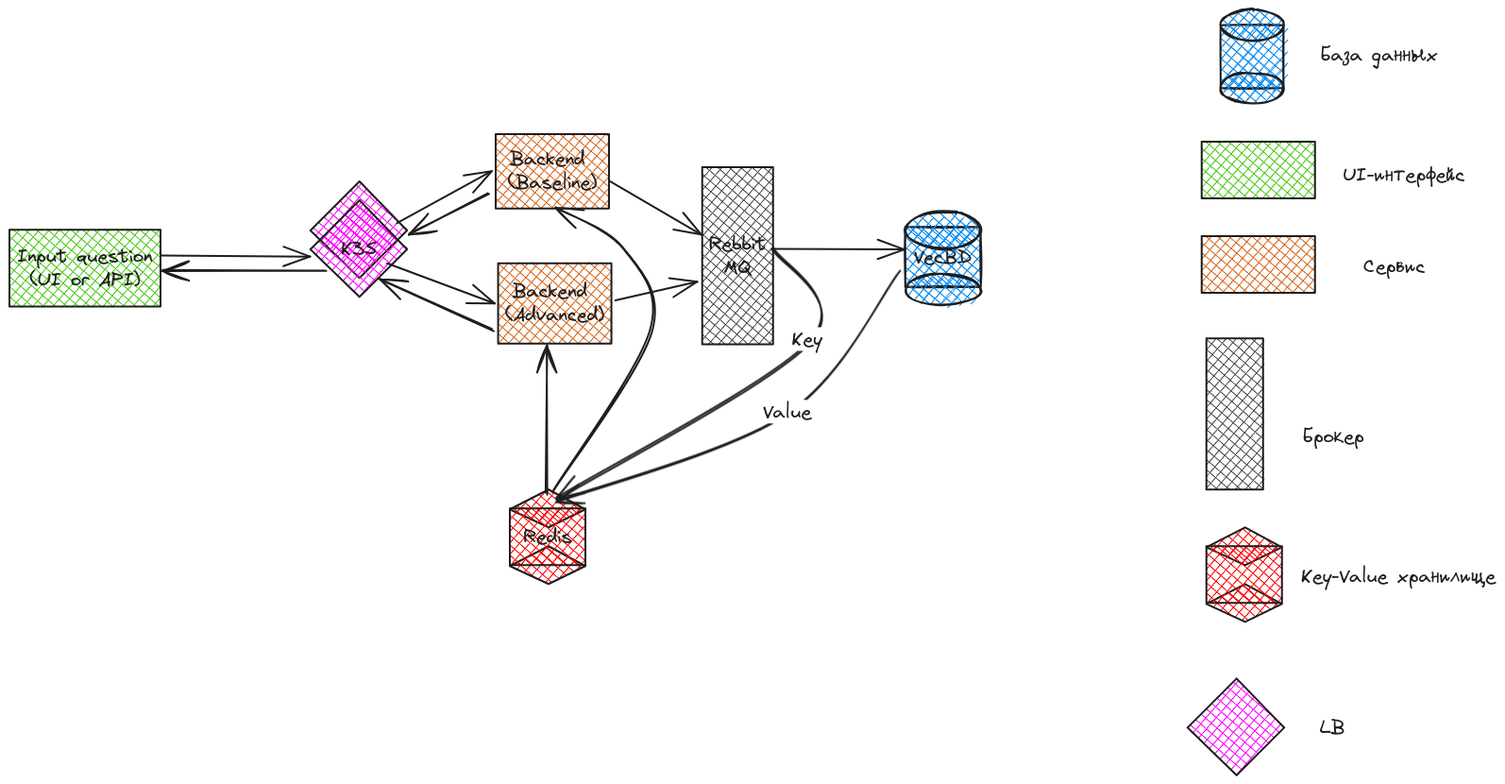
Above: image/.excalidraw.png in Edipool/chatbot_support_for_X5 (Excalidraw), before the change. Source tidied: one line per element, renumbered; positions are measured from the earlier drawing's top-left corner, leaving out a move shared by most shapes.
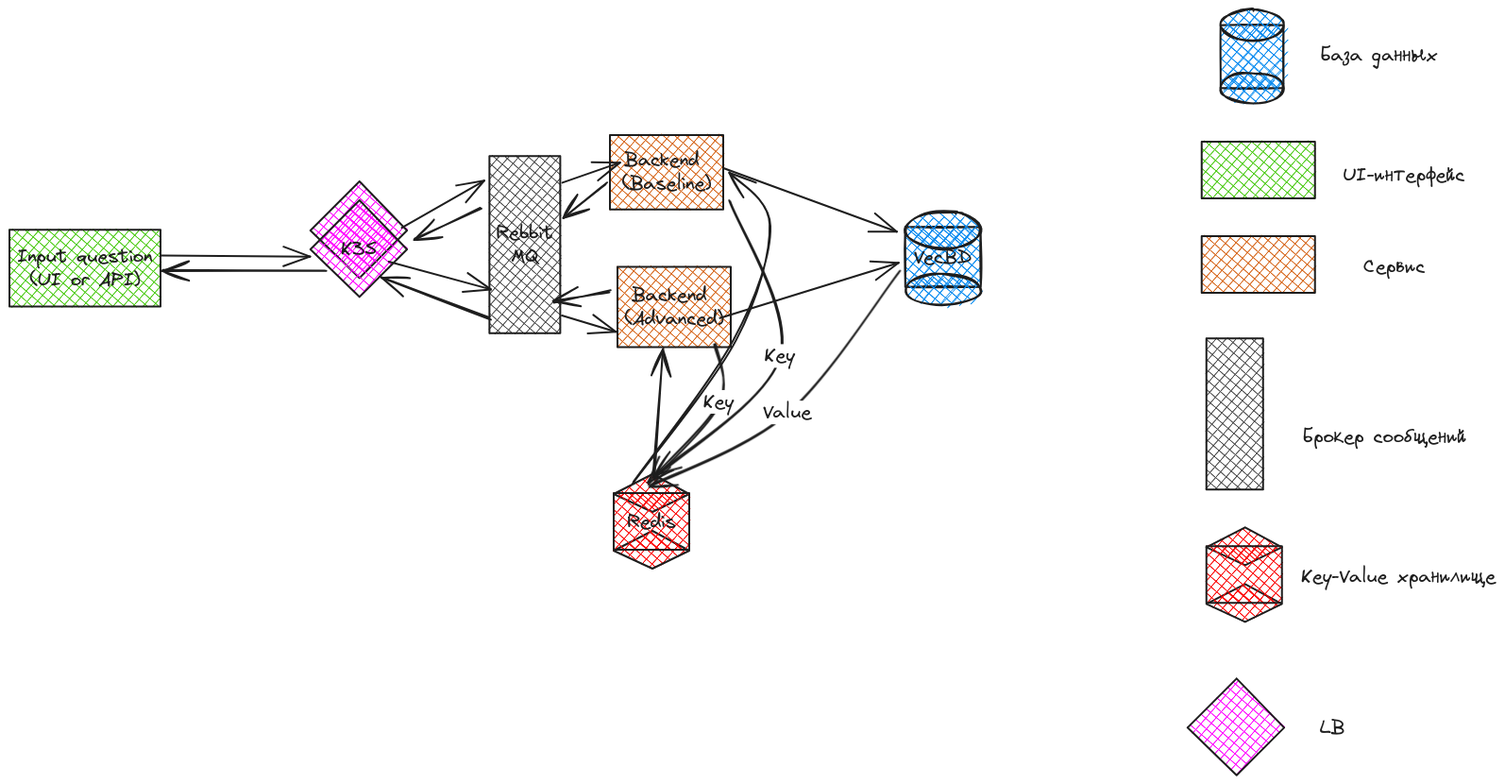
The same file after the commit.

Commit message:
Fix mistake in schema in .excalidraw.png

The edit, as a diff of the source:
```diff
@@ -7,7 +7,7 @@
 {"id": 6, "type": "rectangle", "strokeColor": "#1e1e1e", "backgroundColor": "#d7681d", "fillStyle": "cross-hatch", "strokeWidth": 2, "roughness": 0, "x": 1263, "y": 240, "width": 120, "height": 60}
 {"id": 7, "type": "text", "text": "Сервис", "strokeColor": "#1e1e1e", "backgroundColor": "#b2f2bb", "fillStyle": "cross-hatch", "strokeWidth": 2, "roughness": 0, "fontSize": 20, "fontFamily": 1, "x": 1434, "y": 260, "width": 65, "height": 25}
 {"id": 8, "type": "rectangle", "strokeColor": "#1e1e1e", "backgroundColor": "#4f4f4f", "fillStyle": "cross-hatch", "strokeWidth": 2, "roughness": 0, "x": 1268, "y": 348, "width": 60, "height": 160}
-{"id": 9, "type": "text", "text": "Брокер", "strokeColor": "#1e1e1e", "backgroundColor": "#e9ecef", "fillStyle": "cross-hatch", "strokeWidth": 2, "roughness": 0, "fontSize": 20, "fontFamily": 1, "x": 1370, "y": 440, "width": 64, "height": 25}
+{"id": 9, "type": "text", "text": "Брокер сообщений", "strokeColor": "#1e1e1e", "backgroundColor": "#e9ecef", "fillStyle": "cross-hatch", "strokeWidth": 2, "roughness": 0, "fontSize": 20, "fontFamily": 1, "x": 1370, "y": 440, "width": 173, "height": 25}
 {"id": 10, "type": "diamond", "strokeColor": "#1e1e1e", "backgroundColor": "#ff0000", "fillStyle": "cross-hatch", "strokeWidth": 2, "roughness": 0, "x": 1268, "y": 548, "width": 80, "height": 40}
 {"id": 11, "type": "diamond", "strokeColor": "#1e1e1e", "backgroundColor": "#ff0000", "fillStyle": "cross-hatch", "strokeWidth": 2, "roughness": 0, "x": 1268, "y": 608, "width": 80, "height": 40}
 {"id": 12, "type": "rectangle", "strokeColor": "#1e1e1e", "backgroundColor": "#fc0303", "fillStyle": "cross-hatch", "strokeWidth": 2, "roughness": 0, "x": 1268, "y": 568, "width": 80, "height": 60}
@@ -16,35 +16,40 @@
 {"id": 15, "type": "text", "text": "LB", "strokeColor": "#1e1e1e", "backgroundColor": "#ff00ff", "fillStyle": "cross-hatch", "strokeWidth": 2, "roughness": 0, "fontSize": 20, "fontFamily": 1, "x": 1388, "y": 748, "width": 27, "height": 25}
 {"id": 16, "type": "rectangle", "strokeColor": "#1e1e1e", "backgroundColor": "#4ccb15", "fillStyle": "cross-hatch", "strokeWidth": 2, "roughness": 0, "x": 0, "y": 233, "width": 160, "height": 81}
 {"id": 17, "type": "text", "text": "Input question\n(UI or API)", "strokeColor": "#1e1e1e", "backgroundColor": "#0088f0", "fillStyle": "cross-hatch", "strokeWidth": 2, "roughness": 0, "fontSize": 20, "fontFamily": 1, "textAlign": "center", "verticalAlign": "middle", "inside": 16, "x": 9, "y": 249, "width": 143, "height": 50}
-{"id": 18, "type": "rectangle", "strokeColor": "#1e1e1e", "backgroundColor": "#d7681d", "fillStyle": "cross-hatch", "strokeWidth": 2, "roughness": 0, "x": 515, "y": 132, "width": 120, "height": 79}
+{"id": 18, "type": "rectangle", "strokeColor": "#1e1e1e", "backgroundColor": "#d7681d", "fillStyle": "cross-hatch", "strokeWidth": 2, "roughness": 0, "x": 636, "y": 133, "width": 120, "height": 79}
-{"id": 19, "type": "text", "text": "Backend \n(Baseline)", "strokeColor": "#1e1e1e", "backgroundColor": "#0088f0", "fillStyle": "cross-hatch", "strokeWidth": 2, "roughness": 0, "fontSize": 20, "fontFamily": 1, "textAlign": "center", "verticalAlign": "middle", "inside": 18, "x": 528, "y": 146, "width": 95, "height": 50}
+{"id": 19, "type": "text", "text": "Backend \n(Baseline)", "strokeColor": "#1e1e1e", "backgroundColor": "#0088f0", "fillStyle": "cross-hatch", "strokeWidth": 2, "roughness": 0, "fontSize": 20, "fontFamily": 1, "textAlign": "center", "verticalAlign": "middle", "inside": 18, "x": 649, "y": 147, "width": 95, "height": 50}
 {"id": 20, "type": "arrow", "strokeColor": "#1e1e1e", "backgroundColor": "#0088f0", "fillStyle": "cross-hatch", "strokeWidth": 2, "roughness": 0, "endArrowhead": "arrow", "from": 16, "to": 30, "x": 161, "y": 261, "width": 157, "height": 1, "points": [[0, 0], [157, 1]]}
 {"id": 21, "type": "rectangle", "strokeColor": "#1e1e1e", "backgroundColor": "#0088f0", "fillStyle": "cross-hatch", "strokeWidth": 2, "roughness": 1, "x": 949, "y": 230, "width": 80, "height": 63}
 {"id": 22, "type": "text", "text": "VecBD", "strokeColor": "#1e1e1e", "backgroundColor": "#0088f0", "fillStyle": "cross-hatch", "strokeWidth": 2, "roughness": 0, "fontSize": 20, "fontFamily": 1, "textAlign": "center", "verticalAlign": "middle", "inside": 21, "x": 958, "y": 249, "width": 61, "height": 25}
 {"id": 23, "type": "ellipse", "strokeColor": "#1e1e1e", "backgroundColor": "#0088f0", "fillStyle": "cross-hatch", "strokeWidth": 2, "roughness": 1, "x": 949, "y": 214, "width": 80, "height": 40}
 {"id": 24, "type": "ellipse", "strokeColor": "#1e1e1e", "backgroundColor": "#0088f0", "fillStyle": "cross-hatch", "strokeWidth": 2, "roughness": 1, "x": 949, "y": 280, "width": 80, "height": 33}
-{"id": 25, "type": "rectangle", "strokeColor": "#1e1e1e", "backgroundColor": "#4f4f4f", "fillStyle": "cross-hatch", "strokeWidth": 2, "roughness": 0, "x": 734, "y": 167, "width": 75, "height": 188}
-{"id": 26, "type": "text", "text": "Rebbit\nMQ", "strokeColor": "#1e1e1e", "backgroundColor": "#0088f0", "fillStyle": "cross-hatch", "strokeWidth": 2, "roughness": 0, "fontSize": 20, "fontFamily": 1, "textAlign": "center", "verticalAlign": "middle", "inside": 25, "x": 741, "y": 236, "width": 60, "height": 50}
-{"id": 27, "type": "arrow", "strokeColor": "#1e1e1e", "backgroundColor": "#0088f0", "fillStyle": "cross-hatch", "strokeWidth": 2, "roughness": 0, "endArrowhead": "arrow", "from": 18, "to": 25, "x": 636, "y": 182, "width": 97, "height": 56, "points": [[0, 0], [97, 56]]}
+{"id": 27, "type": "arrow", "strokeColor": "#1e1e1e", "backgroundColor": "#0088f0", "fillStyle": "cross-hatch", "strokeWidth": 2, "roughness": 0, "endArrowhead": "arrow", "from": 18, "to": 23, "x": 756, "y": 168, "width": 184, "height": 67, "points": [[0, 0], [184, 67]]}
-{"id": 28, "type": "arrow", "strokeColor": "#1e1e1e", "backgroundColor": "#0088f0", "fillStyle": "cross-hatch", "strokeWidth": 2, "roughness": 0, "endArrowhead": "arrow", "from": 25, "to": 21, "x": 810, "y": 254, "width": 138, "height": 1, "points": [[0, 0], [138, 1]]}
 {"id": 29, "type": "diamond", "strokeColor": "#1e1e1e", "backgroundColor": "#ff00ff", "fillStyle": "cross-hatch", "strokeWidth": 2, "roughness": 0, "x": 319, "y": 182, "width": 102, "height": 102}
 {"id": 30, "type": "diamond", "strokeColor": "#1e1e1e", "backgroundColor": "#ff00ff", "fillStyle": "cross-hatch", "strokeWidth": 2, "roughness": 0, "x": 319, "y": 202, "width": 102, "height": 102}
 {"id": 31, "type": "text", "text": "K3S", "strokeColor": "#1e1e1e", "backgroundColor": "#0088f0", "fillStyle": "cross-hatch", "strokeWidth": 2, "roughness": 0, "fontSize": 20, "fontFamily": 1, "textAlign": "center", "verticalAlign": "middle", "inside": 30, "x": 352, "y": 241, "width": 36, "height": 25}
-{"id": 32, "type": "diamond", "strokeColor": "#1e1e1e", "backgroundColor": "#ff0000", "fillStyle": "cross-hatch", "strokeWidth": 2, "roughness": 0, "x": 530, "y": 508, "width": 80, "height": 40}
+{"id": 32, "type": "diamond", "strokeColor": "#1e1e1e", "backgroundColor": "#ff0000", "fillStyle": "cross-hatch", "strokeWidth": 2, "roughness": 0, "x": 640, "y": 492, "width": 80, "height": 40}
-{"id": 33, "type": "diamond", "strokeColor": "#1e1e1e", "backgroundColor": "#ff0000", "fillStyle": "cross-hatch", "strokeWidth": 2, "roughness": 0, "x": 530, "y": 568, "width": 80, "height": 40}
+{"id": 33, "type": "diamond", "strokeColor": "#1e1e1e", "backgroundColor": "#ff0000", "fillStyle": "cross-hatch", "strokeWidth": 2, "roughness": 0, "x": 640, "y": 552, "width": 80, "height": 40}
-{"id": 34, "type": "rectangle", "strokeColor": "#1e1e1e", "backgroundColor": "#fc0303", "fillStyle": "cross-hatch", "strokeWidth": 2, "roughness": 0, "x": 530, "y": 528, "width": 80, "height": 60}
+{"id": 34, "type": "rectangle", "strokeColor": "#1e1e1e", "backgroundColor": "#fc0303", "fillStyle": "cross-hatch", "strokeWidth": 2, "roughness": 0, "x": 640, "y": 512, "width": 80, "height": 60}
-{"id": 35, "type": "text", "text": "Redis", "strokeColor": "#1e1e1e", "backgroundColor": "#0088f0", "fillStyle": "cross-hatch", "strokeWidth": 2, "roughness": 0, "fontSize": 20, "fontFamily": 1, "textAlign": "center", "verticalAlign": "middle", "inside": 34, "x": 547, "y": 546, "width": 46, "height": 25}
+{"id": 35, "type": "text", "text": "Redis", "strokeColor": "#1e1e1e", "backgroundColor": "#0088f0", "fillStyle": "cross-hatch", "strokeWidth": 2, "roughness": 0, "fontSize": 20, "fontFamily": 1, "textAlign": "center", "verticalAlign": "middle", "inside": 34, "x": 657, "y": 530, "width": 46, "height": 25}
-{"id": 36, "type": "arrow", "strokeColor": "#1e1e1e", "strokeWidth": 2, "roughness": 1, "endArrowhead": "arrow", "round": true, "from": 21, "to": 34, "x": 944, "y": 276, "width": 365, "height": 242, "points": [[0, 0], [-120, 150], [-365, 242]]}
+{"id": 36, "type": "arrow", "strokeColor": "#1e1e1e", "strokeWidth": 2, "roughness": 1, "endArrowhead": "arrow", "round": true, "from": 21, "to": 34, "x": 944, "y": 276, "width": 266, "height": 226, "points": [[0, 0], [-120, 150], [-266, 226]]}
 {"id": 37, "type": "text", "text": "Value", "strokeColor": "#1e1e1e", "strokeWidth": 2, "roughness": 1, "fontSize": 20, "fontFamily": 1, "textAlign": "center", "verticalAlign": "middle", "inside": 36, "x": 802, "y": 431, "width": 51, "height": 25}
-{"id": 38, "type": "arrow", "strokeColor": "#1e1e1e", "strokeWidth": 2, "roughness": 1, "endArrowhead": "arrow", "round": true, "to": 34, "x": 802, "y": 253, "width": 270, "height": 265, "points": [[0, 0], [42, 97], [-228, 265]]}
+{"id": 38, "type": "arrow", "strokeColor": "#1e1e1e", "strokeWidth": 2, "roughness": 1, "endArrowhead": "arrow", "round": true, "to": 34, "x": 745, "y": 354, "width": 76, "height": 148, "points": [[0, 0], [6, 62], [-70, 148]]}
 {"id": 39, "type": "text", "text": "Key", "strokeColor": "#1e1e1e", "strokeWidth": 2, "roughness": 1, "fontSize": 20, "fontFamily": 1, "textAlign": "center", "verticalAlign": "middle", "inside": 38, "x": 582, "y": 356, "width": 33, "height": 25}
-{"id": 40, "type": "rectangle", "strokeColor": "#1e1e1e", "backgroundColor": "#d7681d", "fillStyle": "cross-hatch", "strokeWidth": 2, "roughness": 0, "x": 518, "y": 269, "width": 120, "height": 85}
+{"id": 40, "type": "rectangle", "strokeColor": "#1e1e1e", "backgroundColor": "#d7681d", "fillStyle": "cross-hatch", "strokeWidth": 2, "roughness": 0, "x": 644, "y": 272, "width": 120, "height": 85}
-{"id": 41, "type": "text", "text": "Backend \n(Advanced)", "strokeColor": "#1e1e1e", "backgroundColor": "#0088f0", "fillStyle": "cross-hatch", "strokeWidth": 2, "roughness": 0, "fontSize": 20, "fontFamily": 1, "textAlign": "center", "verticalAlign": "middle", "inside": 40, "x": 525, "y": 286, "width": 105, "height": 50}
+{"id": 41, "type": "text", "text": "Backend \n(Advanced)", "strokeColor": "#1e1e1e", "backgroundColor": "#0088f0", "fillStyle": "cross-hatch", "strokeWidth": 2, "roughness": 0, "fontSize": 20, "fontFamily": 1, "textAlign": "center", "verticalAlign": "middle", "inside": 40, "x": 651, "y": 290, "width": 105, "height": 50}
-{"id": 42, "type": "arrow", "strokeColor": "#1e1e1e", "backgroundColor": "#0088f0", "fillStyle": "cross-hatch", "strokeWidth": 2, "roughness": 0, "endArrowhead": "arrow", "from": 40, "to": 25, "x": 642, "y": 308, "width": 87, "height": 20, "points": [[0, 0], [87, -20]]}
+{"id": 42, "type": "arrow", "strokeColor": "#1e1e1e", "backgroundColor": "#0088f0", "fillStyle": "cross-hatch", "strokeWidth": 2, "roughness": 0, "endArrowhead": "arrow", "to": 21, "x": 752, "y": 327, "width": 189, "height": 59, "points": [[0, 0], [189, -59]]}
-{"id": 43, "type": "arrow", "strokeColor": "#1e1e1e", "backgroundColor": "#0088f0", "fillStyle": "cross-hatch", "strokeWidth": 2, "roughness": 0, "endArrowhead": "arrow", "from": 30, "to": 18, "x": 411, "y": 226, "width": 100, "height": 55, "points": [[0, 0], [100, -55]]}
+{"id": 43, "type": "arrow", "strokeColor": "#1e1e1e", "backgroundColor": "#0088f0", "fillStyle": "cross-hatch", "strokeWidth": 2, "roughness": 0, "endArrowhead": "arrow", "from": 30, "to": 50, "x": 416, "y": 231, "width": 87, "height": 50, "points": [[0, 0], [87, -50]]}
-{"id": 44, "type": "arrow", "strokeColor": "#1e1e1e", "backgroundColor": "#0088f0", "fillStyle": "cross-hatch", "strokeWidth": 2, "roughness": 0, "endArrowhead": "arrow", "from": 29, "to": 40, "x": 400, "y": 269, "width": 114, "height": 42, "points": [[0, 0], [114, 42]]}
+{"id": 44, "type": "arrow", "strokeColor": "#1e1e1e", "backgroundColor": "#0088f0", "fillStyle": "cross-hatch", "strokeWidth": 2, "roughness": 0, "endArrowhead": "arrow", "from": 29, "x": 402, "y": 267, "width": 108, "height": 29, "points": [[0, 0], [108, 29]]}
-{"id": 45, "type": "arrow", "strokeColor": "#1e1e1e", "strokeWidth": 2, "roughness": 1, "endArrowhead": "arrow", "round": true, "from": 34, "to": 40, "x": 569, "y": 512, "width": 0, "height": 156, "points": [[0, 0], [0, -156]]}
+{"id": 45, "type": "arrow", "strokeColor": "#1e1e1e", "strokeWidth": 2, "roughness": 1, "endArrowhead": "arrow", "round": true, "from": 34, "to": 40, "x": 682, "y": 496, "width": 9, "height": 136, "points": [[0, 0], [9, -136]]}
-{"id": 46, "type": "arrow", "strokeColor": "#1e1e1e", "strokeWidth": 2, "roughness": 1, "endArrowhead": "arrow", "round": true, "from": 32, "x": 575, "y": 510, "width": 104, "height": 300, "points": [[0, 0], [104, -169], [76, -256], [4, -300]]}
+{"id": 46, "type": "arrow", "strokeColor": "#1e1e1e", "strokeWidth": 2, "roughness": 1, "endArrowhead": "arrow", "round": true, "from": 32, "to": 18, "x": 660, "y": 501, "width": 147, "height": 328, "points": [[0, 0], [108, -151], [147, -272], [103, -328]]}
-{"id": 47, "type": "arrow", "strokeColor": "#1e1e1e", "strokeWidth": 2, "roughness": 1, "endArrowhead": "arrow", "round": true, "from": 18, "to": 30, "x": 508, "y": 195, "width": 85, "height": 42, "points": [[0, 0], [-85, 42]]}
+{"id": 47, "type": "arrow", "strokeColor": "#1e1e1e", "strokeWidth": 2, "roughness": 1, "endArrowhead": "arrow", "round": true, "from": 50, "to": 30, "x": 500, "y": 210, "width": 71, "height": 33, "points": [[0, 0], [-71, 33]]}
-{"id": 48, "type": "arrow", "strokeColor": "#1e1e1e", "strokeWidth": 2, "roughness": 1, "endArrowhead": "arrow", "round": true, "from": 40, "to": 30, "x": 511, "y": 339, "width": 120, "height": 54, "points": [[0, 0], [-120, -54]]}
+{"id": 48, "type": "arrow", "strokeColor": "#1e1e1e", "strokeWidth": 2, "roughness": 1, "endArrowhead": "arrow", "round": true, "from": 50, "to": 30, "x": 508, "y": 327, "width": 115, "height": 43, "points": [[0, 0], [-115, -43]]}
 {"id": 49, "type": "arrow", "strokeColor": "#1e1e1e", "strokeWidth": 2, "roughness": 1, "endArrowhead": "arrow", "round": true, "from": 30, "to": 16, "x": 336, "y": 276, "width": 174, "height": 1, "points": [[0, 0], [-174, 1]]}
+{"id": 50, "type": "rectangle", "strokeColor": "#1e1e1e", "backgroundColor": "#4f4f4f", "fillStyle": "cross-hatch", "strokeWidth": 2, "roughness": 0, "x": 508, "y": 155, "width": 75, "height": 188}
+{"id": 26, "type": "text", "text": "Rebbit\nMQ", "strokeColor": "#1e1e1e", "backgroundColor": "#0088f0", "fillStyle": "cross-hatch", "strokeWidth": 2, "roughness": 0, "fontSize": 20, "fontFamily": 1, "textAlign": "center", "verticalAlign": "middle", "inside": 50, "x": 516, "y": 224, "width": 60, "height": 50}
+{"id": 51, "type": "arrow", "strokeColor": "#1e1e1e", "backgroundColor": "#0088f0", "fillStyle": "cross-hatch", "strokeWidth": 2, "roughness": 0, "endArrowhead": "arrow", "from": 50, "x": 586, "y": 183, "width": 61, "height": 21, "points": [[0, 0], [61, -21]]}
+{"id": 52, "type": "arrow", "strokeColor": "#1e1e1e", "strokeWidth": 2, "roughness": 1, "endArrowhead": "arrow", "round": true, "from": 18, "to": 50, "x": 633, "y": 184, "width": 45, "height": 36, "points": [[0, 0], [-45, 36]]}
+{"id": 53, "type": "arrow", "strokeColor": "#1e1e1e", "backgroundColor": "#0088f0", "fillStyle": "cross-hatch", "strokeWidth": 2, "roughness": 0, "endArrowhead": "arrow", "from": 50, "to": 40, "x": 585, "y": 324, "width": 57, "height": 17, "points": [[0, 0], [57, 17]]}
+{"id": 54, "type": "arrow", "strokeColor": "#1e1e1e", "strokeWidth": 2, "roughness": 1, "endArrowhead": "arrow", "round": true, "from": 40, "x": 637, "y": 298, "width": 60, "height": 12, "points": [[0, 0], [-60, 12]]}
+{"id": 55, "type": "arrow", "strokeColor": "#1e1e1e", "strokeWidth": 2, "roughness": 1, "endArrowhead": "arrow", "round": true, "from": 18, "x": 761, "y": 202, "width": 132, "height": 292, "points": [[0, 0], [55, 164], [-78, 292]]}
+{"id": 56, "type": "text", "text": "Key", "strokeColor": "#1e1e1e", "strokeWidth": 2, "roughness": 1, "fontSize": 20, "fontFamily": 1, "textAlign": "center", "verticalAlign": "middle", "inside": 55, "x": 1017, "y": 465, "width": 33, "height": 25}
```
